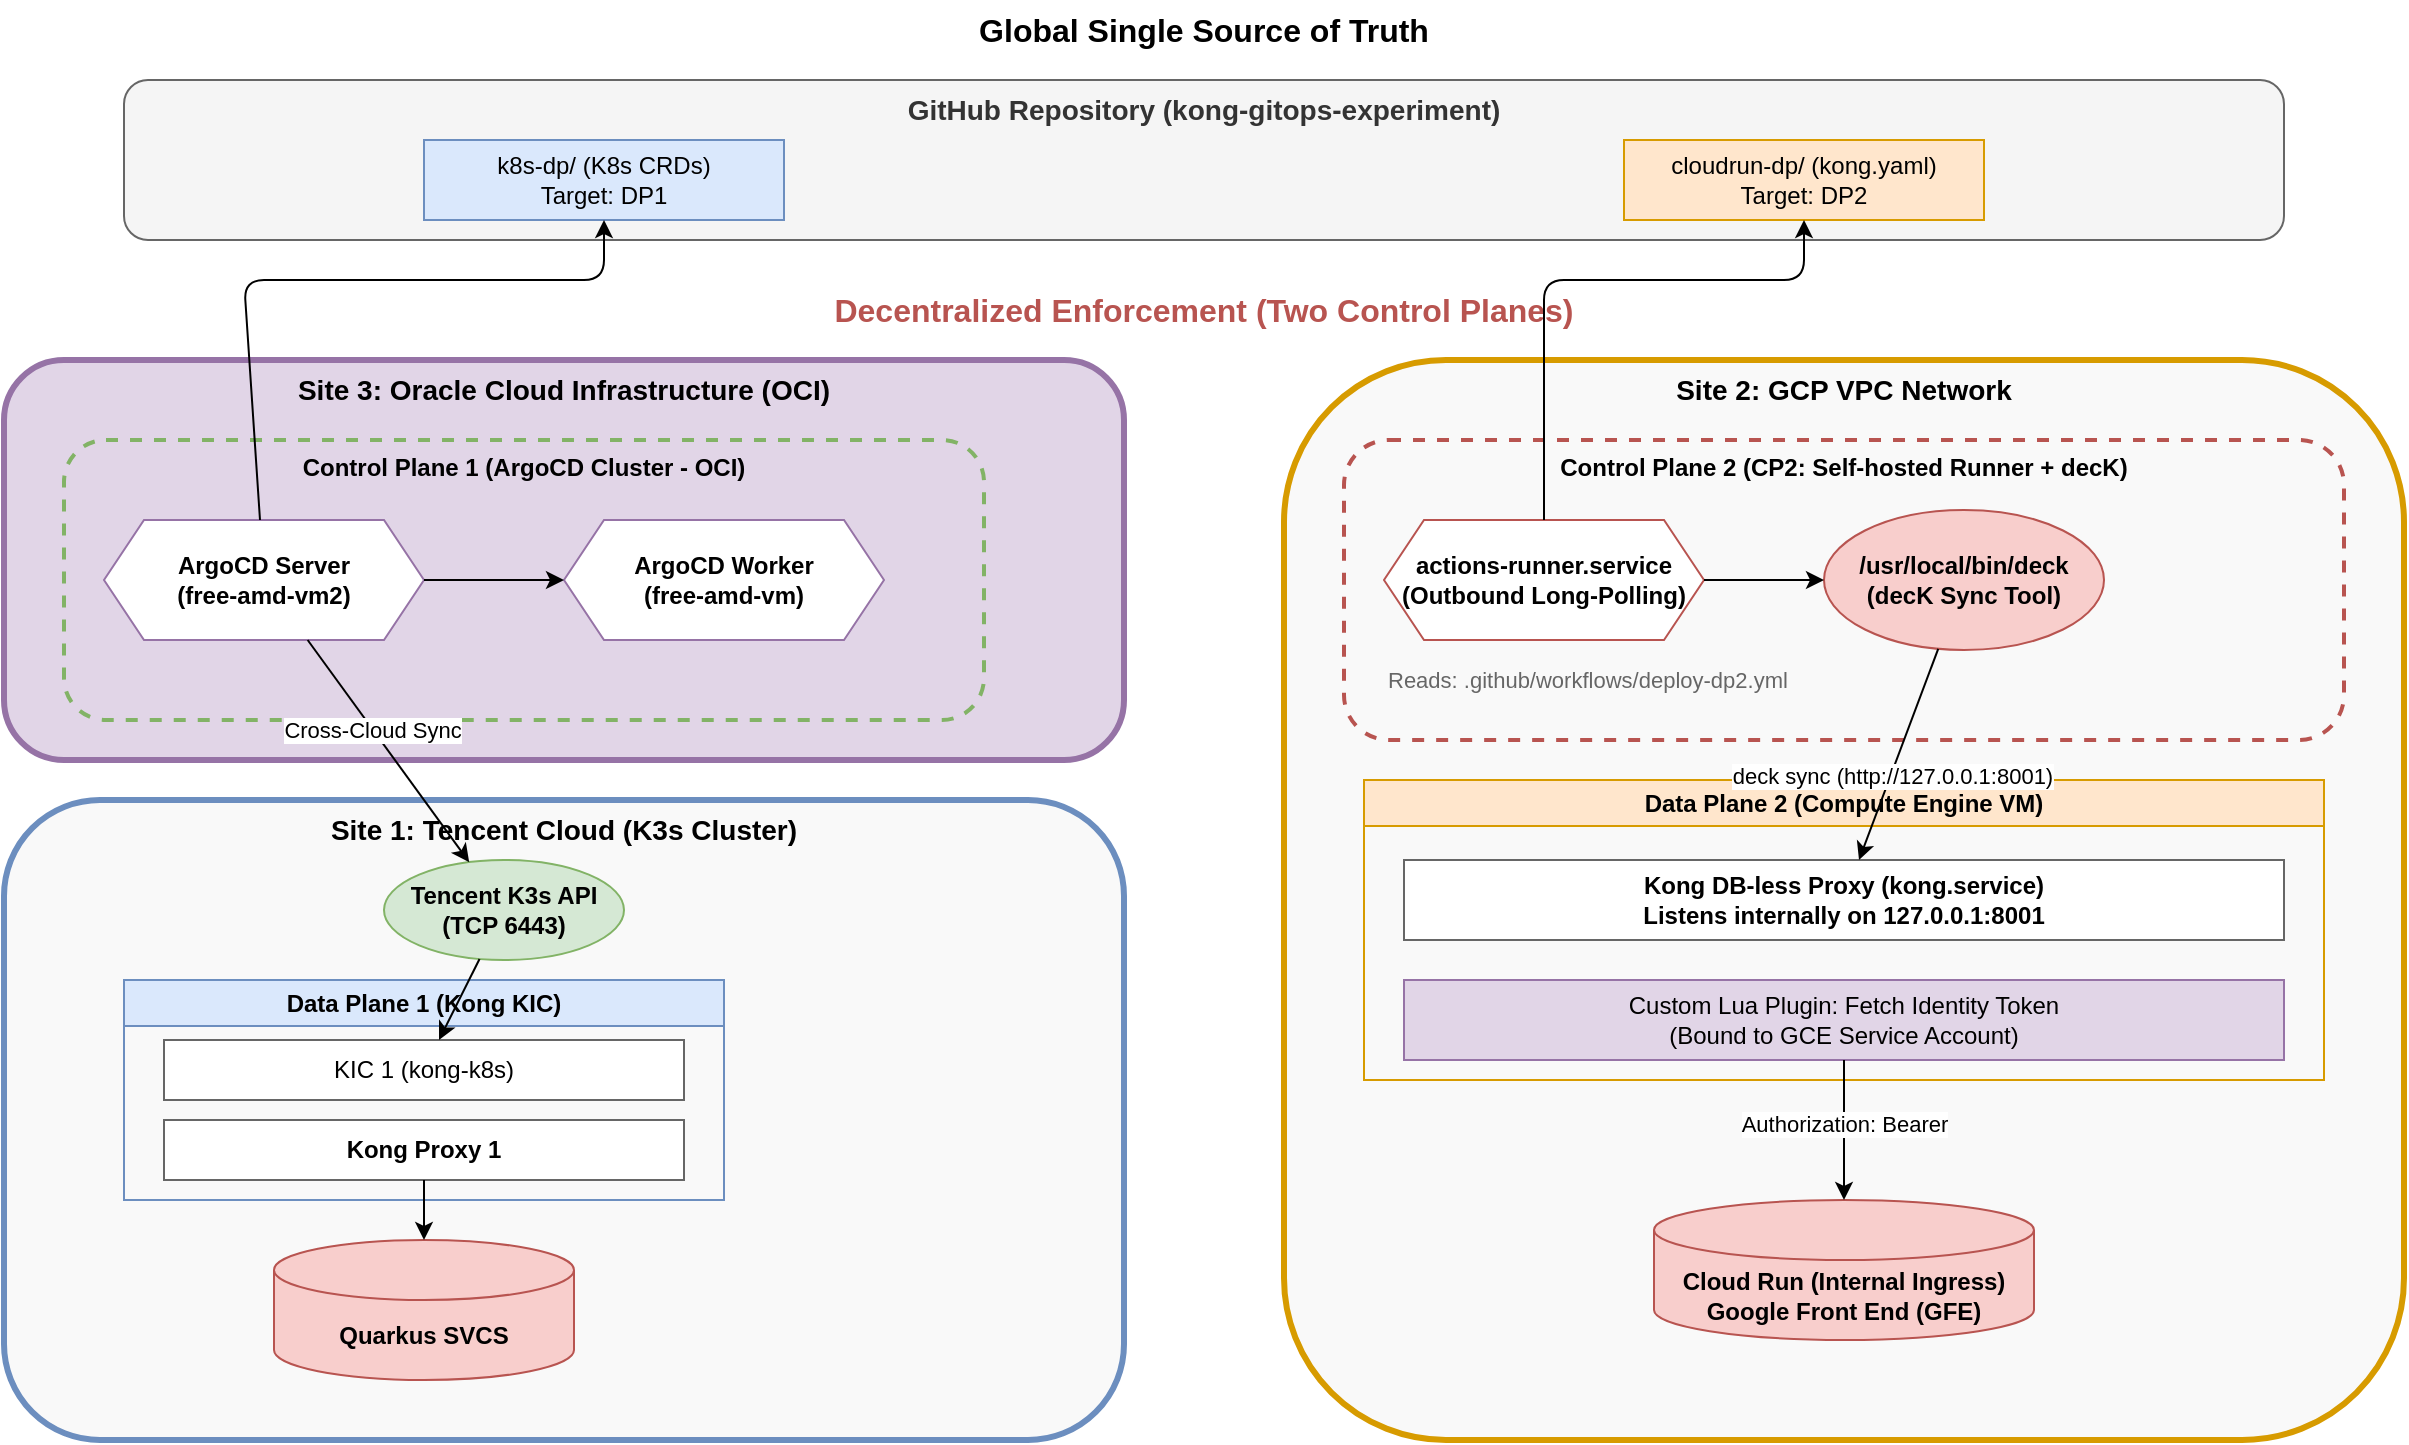
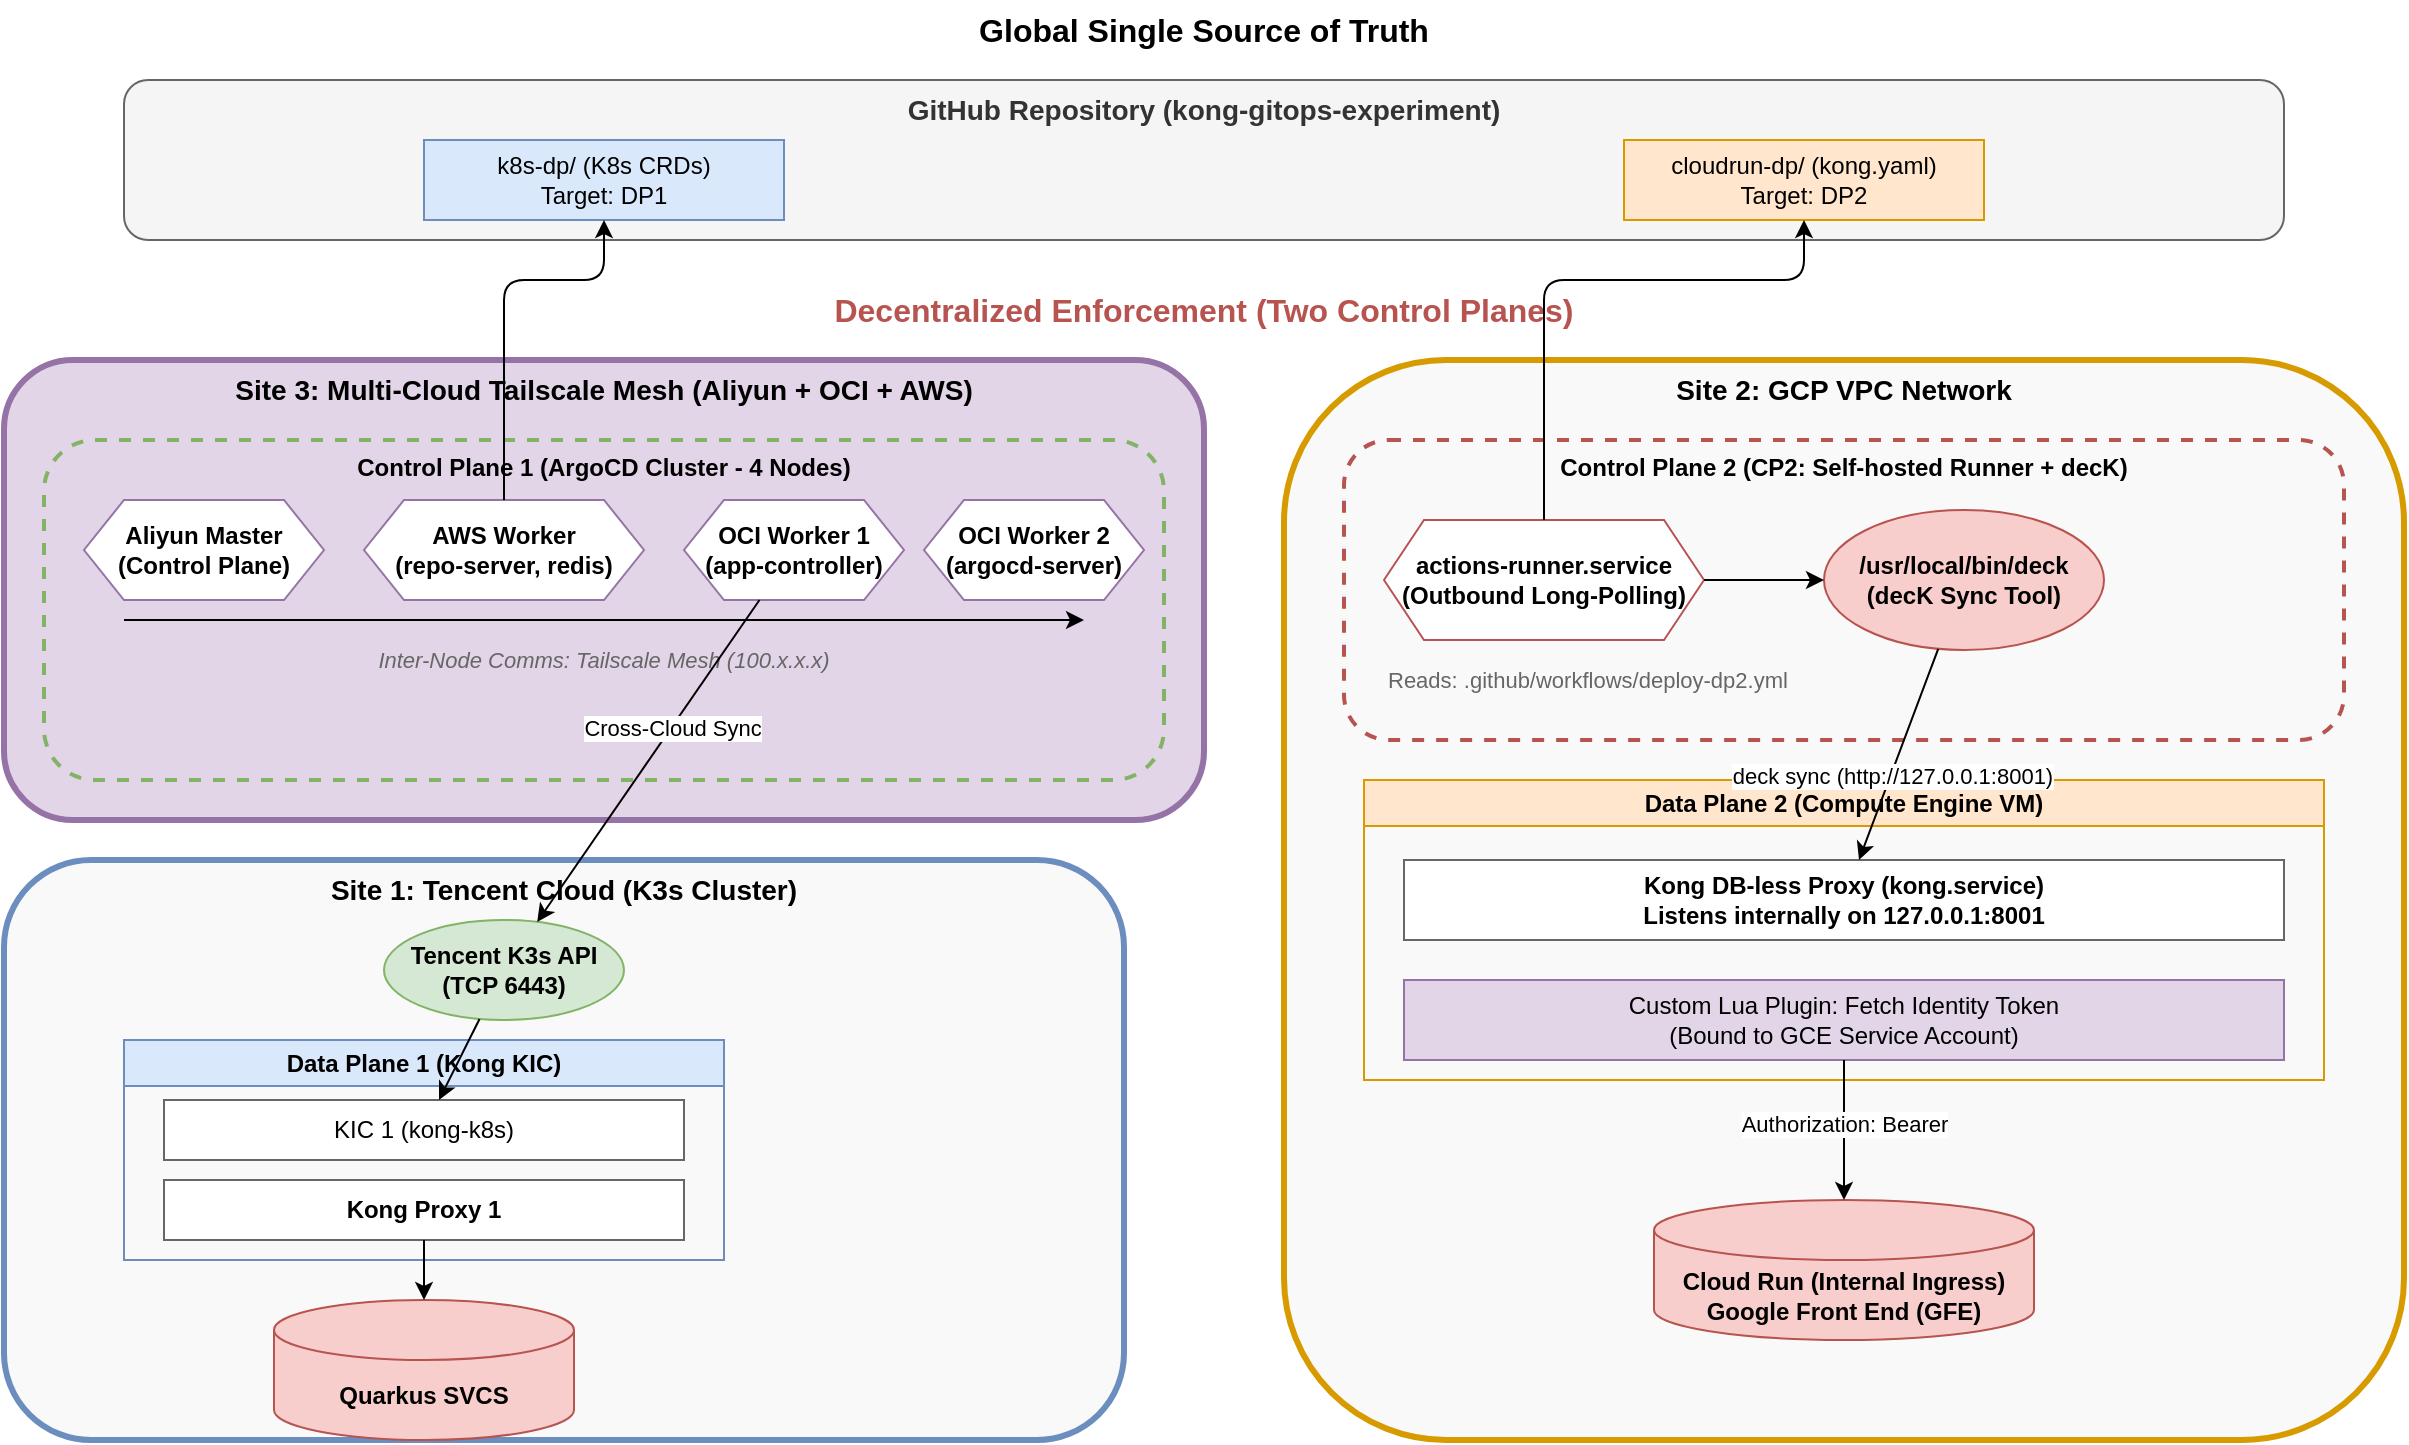
- <mxfile host="Electron" modified="2026-06-05T20:42:00.000Z" agent="Mozilla/5.0" version="22.1.2" type="device">
+ <mxfile host="Electron" modified="2026-06-06T14:45:00.000Z" agent="Mozilla/5.0" version="22.1.2" type="device">
  <diagram id="kong-gitops-cp-details" name="Architecture">
    <mxGraphModel dx="1434" dy="844" grid="1" gridSize="10" guides="1" tooltips="1" connect="1" arrows="1" fold="1" page="1" pageScale="1" pageWidth="1300" pageHeight="900" math="0" shadow="0">
      <root>
        <mxCell id="0" />
        <mxCell id="1" parent="0" />

        <!-- Global Truth -->
        <mxCell id="global_truth" value="Global Single Source of Truth" style="text;html=1;strokeColor=none;fillColor=none;align=center;verticalAlign=middle;whiteSpace=wrap;rounded=0;fontStyle=1;fontSize=16;" vertex="1" parent="1">
          <mxGeometry x="500" y="10" width="280" height="30" as="geometry" />
        </mxCell>

        <!-- GitHub Repo Box -->
        <mxCell id="github_repo" value="GitHub Repository (kong-gitops-experiment)" style="rounded=1;whiteSpace=wrap;html=1;fillColor=#f5f5f5;fontStyle=1;strokeColor=#666666;fontColor=#333333;verticalAlign=top;fontSize=14;" vertex="1" parent="1">
          <mxGeometry x="100" y="50" width="1080" height="80" as="geometry" />
        </mxCell>

        <mxCell id="github_k8s_code" value="k8s-dp/ (K8s CRDs)&#10;Target: DP1" style="rounded=0;whiteSpace=wrap;html=1;fillColor=#dae8fc;strokeColor=#6c8ebf;" vertex="1" parent="1">
          <mxGeometry x="250" y="80" width="180" height="40" as="geometry" />
        </mxCell>

        <mxCell id="github_cr_code" value="cloudrun-dp/ (kong.yaml)&#10;Target: DP2" style="rounded=0;whiteSpace=wrap;html=1;fillColor=#ffe6cc;strokeColor=#d79b00;" vertex="1" parent="1">
          <mxGeometry x="850" y="80" width="180" height="40" as="geometry" />
        </mxCell>

        <!-- Decentralized Control Planes Header -->
        <mxCell id="decentralized_label" value="Decentralized Enforcement (Two Control Planes)" style="text;html=1;strokeColor=none;fillColor=none;align=center;verticalAlign=middle;whiteSpace=wrap;rounded=0;fontStyle=1;fontSize=16;fontColor=#b85450;" vertex="1" parent="1">
          <mxGeometry x="450" y="150" width="380" height="30" as="geometry" />
        </mxCell>

-         <!-- Site 3: OCI -->
-         <mxCell id="oci_cloud" value="Site 3: Oracle Cloud Infrastructure (OCI)" style="rounded=1;whiteSpace=wrap;html=1;fillColor=#e1d5e7;strokeColor=#9673a6;strokeWidth=3;verticalAlign=top;fontStyle=1;fontSize=14;" vertex="1" parent="1">
-           <mxGeometry x="40" y="190" width="560" height="200" as="geometry" />
+         <!-- Site 3: OCI & Aliyun & AWS -->
+         <mxCell id="oci_cloud" value="Site 3: Multi-Cloud Tailscale Mesh (Aliyun + OCI + AWS)" style="rounded=1;whiteSpace=wrap;html=1;fillColor=#e1d5e7;strokeColor=#9673a6;strokeWidth=3;verticalAlign=top;fontStyle=1;fontSize=14;" vertex="1" parent="1">
+           <mxGeometry x="40" y="190" width="600" height="230" as="geometry" />
        </mxCell>

        <!-- Site 1: Tencent Cloud -->
        <mxCell id="lan_cluster" value="Site 1: Tencent Cloud (K3s Cluster)" style="rounded=1;whiteSpace=wrap;html=1;fillColor=#f9f9f9;strokeColor=#6c8ebf;strokeWidth=3;verticalAlign=top;fontStyle=1;fontSize=14;" vertex="1" parent="1">
-           <mxGeometry x="40" y="410" width="560" height="320" as="geometry" />
+           <mxGeometry x="40" y="440" width="560" height="290" as="geometry" />
        </mxCell>

        <!-- Site 2: GCP -->
        <mxCell id="gcp_vpc" value="Site 2: GCP VPC Network" style="rounded=1;whiteSpace=wrap;html=1;fillColor=#f9f9f9;strokeColor=#d79b00;strokeWidth=3;verticalAlign=top;fontStyle=1;fontSize=14;" vertex="1" parent="1">
          <mxGeometry x="680" y="190" width="560" height="540" as="geometry" />
        </mxCell>

-         <!-- CP1 Box (OCI) -->
-         <mxCell id="cp1_box" value="Control Plane 1 (ArgoCD Cluster - OCI)" style="rounded=1;whiteSpace=wrap;html=1;fillColor=none;strokeColor=#82b366;strokeWidth=2;dashed=1;verticalAlign=top;fontStyle=1;" vertex="1" parent="1">
-           <mxGeometry x="70" y="230" width="460" height="140" as="geometry" />
-         </mxCell>
-         <mxCell id="lan_argocd" value="ArgoCD Server&#10;(free-amd-vm2)" style="shape=hexagon;perimeter=hexagonPerimeter2;whiteSpace=wrap;html=1;fixedSize=1;fillColor=#ffffff;strokeColor=#9673a6;fontStyle=1" vertex="1" parent="cp1_box">
-           <mxGeometry x="20" y="40" width="160" height="60" as="geometry" />
-         </mxCell>
-         <mxCell id="oci_argocd_worker" value="ArgoCD Worker&#10;(free-amd-vm)" style="shape=hexagon;perimeter=hexagonPerimeter2;whiteSpace=wrap;html=1;fixedSize=1;fillColor=#ffffff;strokeColor=#9673a6;fontStyle=1" vertex="1" parent="cp1_box">
-           <mxGeometry x="250" y="40" width="160" height="60" as="geometry" />
+         <!-- CP1 Box (Cross-Cloud) -->
+         <mxCell id="cp1_box" value="Control Plane 1 (ArgoCD Cluster - 4 Nodes)" style="rounded=1;whiteSpace=wrap;html=1;fillColor=none;strokeColor=#82b366;strokeWidth=2;dashed=1;verticalAlign=top;fontStyle=1;" vertex="1" parent="1">
+           <mxGeometry x="60" y="230" width="560" height="170" as="geometry" />
        </mxCell>

-         <mxCell id="a2a1" edge="1" parent="cp1_box" source="lan_argocd" target="oci_argocd_worker">
-           <mxGeometry relative="1" as="geometry" />
+         <mxCell id="cp1_aliyun" value="Aliyun Master&#10;(Control Plane)" style="shape=hexagon;perimeter=hexagonPerimeter2;whiteSpace=wrap;html=1;fixedSize=1;fillColor=#ffffff;strokeColor=#9673a6;fontStyle=1" vertex="1" parent="cp1_box">
+           <mxGeometry x="20" y="30" width="120" height="50" as="geometry" />
+         </mxCell>
+ 
+         <mxCell id="cp1_aws" value="AWS Worker&#10;(repo-server, redis)" style="shape=hexagon;perimeter=hexagonPerimeter2;whiteSpace=wrap;html=1;fixedSize=1;fillColor=#ffffff;strokeColor=#9673a6;fontStyle=1" vertex="1" parent="cp1_box">
+           <mxGeometry x="160" y="30" width="140" height="50" as="geometry" />
+         </mxCell>
+ 
+         <mxCell id="cp1_oci1" value="OCI Worker 1&#10;(app-controller)" style="shape=hexagon;perimeter=hexagonPerimeter2;whiteSpace=wrap;html=1;fixedSize=1;fillColor=#ffffff;strokeColor=#9673a6;fontStyle=1" vertex="1" parent="cp1_box">
+           <mxGeometry x="320" y="30" width="110" height="50" as="geometry" />
+         </mxCell>
+ 
+         <mxCell id="cp1_oci2" value="OCI Worker 2&#10;(argocd-server)" style="shape=hexagon;perimeter=hexagonPerimeter2;whiteSpace=wrap;html=1;fixedSize=1;fillColor=#ffffff;strokeColor=#9673a6;fontStyle=1" vertex="1" parent="cp1_box">
+           <mxGeometry x="440" y="30" width="110" height="50" as="geometry" />
+         </mxCell>
+ 
+         <!-- Tailscale Mesh Network inside CP1 -->
+         <mxCell id="cp1_tailscale_desc" value="Inter-Node Comms: Tailscale Mesh (100.x.x.x)" style="text;html=1;strokeColor=none;fillColor=none;align=center;verticalAlign=middle;whiteSpace=wrap;rounded=0;fontStyle=2;fontSize=11;fontColor=#666666;" vertex="1" parent="cp1_box">
+           <mxGeometry x="130" y="100" width="300" height="20" as="geometry" />
+         </mxCell>
+         <mxCell id="cp1_tailscale_line" edge="1" parent="cp1_box">
+           <mxGeometry width="50" height="50" relative="1" as="geometry">
+             <mxPoint x="40" y="90" as="sourcePoint" />
+             <mxPoint x="520" y="90" as="targetPoint" />
+           </mxGeometry>
        </mxCell>

        <!-- K8s API in Tencent -->
        <mxCell id="tencent_api" value="Tencent K3s API&#10;(TCP 6443)" style="ellipse;whiteSpace=wrap;html=1;fillColor=#d5e8d4;strokeColor=#82b366;fontStyle=1" vertex="1" parent="1">
-           <mxGeometry x="230" y="440" width="120" height="50" as="geometry" />
+           <mxGeometry x="230" y="470" width="120" height="50" as="geometry" />
        </mxCell>

-         <!-- ArgoCD Server -> Tencent API -->
-         <mxCell id="argo_to_tencent" edge="1" parent="1" source="lan_argocd" target="tencent_api">
+         <!-- ArgoCD Application Controller -> Tencent API -->
+         <mxCell id="argo_to_tencent" edge="1" parent="1" source="cp1_oci1" target="tencent_api">
          <mxGeometry relative="1" as="geometry" />
        </mxCell>
        <mxCell id="label_argo_sync" value="Cross-Cloud Sync" style="edgeLabel;html=1;align=center;verticalAlign=middle;resizable=0;points=[];" vertex="1" connectable="0" parent="argo_to_tencent">
          <mxGeometry x="-0.2" relative="1" as="geometry">
            <mxPoint as="offset" />
          </mxGeometry>
        </mxCell>

        <!-- DP1 (Tencent KIC) -->
        <mxCell id="dp1_box" value="Data Plane 1 (Kong KIC)" style="swimlane;whiteSpace=wrap;html=1;fillColor=#dae8fc;strokeColor=#6c8ebf;fontStyle=1" vertex="1" parent="1">
-           <mxGeometry x="100" y="500" width="300" height="110" as="geometry" />
+           <mxGeometry x="100" y="530" width="300" height="110" as="geometry" />
        </mxCell>
        <mxCell id="kic1" value="KIC 1 (kong-k8s)" style="rounded=0;whiteSpace=wrap;html=1;fillColor=#ffffff;strokeColor=#666666;" vertex="1" parent="dp1_box">
          <mxGeometry x="20" y="30" width="260" height="30" as="geometry" />
        </mxCell>
        <mxCell id="proxy1" value="Kong Proxy 1" style="rounded=0;whiteSpace=wrap;html=1;fillColor=#ffffff;strokeColor=#666666;fontStyle=1" vertex="1" parent="dp1_box">
          <mxGeometry x="20" y="70" width="260" height="30" as="geometry" />
        </mxCell>

        <mxCell id="tencent_api_to_kic" edge="1" parent="1" source="tencent_api" target="kic1">
          <mxGeometry relative="1" as="geometry" />
        </mxCell>

        <!-- CP2 Box -->
        <mxCell id="cp2_box" value="Control Plane 2 (CP2: Self-hosted Runner + decK)" style="rounded=1;whiteSpace=wrap;html=1;fillColor=none;strokeColor=#b85450;strokeWidth=2;dashed=1;verticalAlign=top;fontStyle=1;" vertex="1" parent="1">
          <mxGeometry x="710" y="230" width="500" height="150" as="geometry" />
        </mxCell>
        <mxCell id="gh_actions_runner" value="actions-runner.service&#10;(Outbound Long-Polling)" style="shape=hexagon;perimeter=hexagonPerimeter2;whiteSpace=wrap;html=1;fixedSize=1;fillColor=#ffffff;strokeColor=#b85450;fontStyle=1" vertex="1" parent="cp2_box">
          <mxGeometry x="20" y="40" width="160" height="60" as="geometry" />
        </mxCell>
        <mxCell id="deck_tool" value="/usr/local/bin/deck&#10;(decK Sync Tool)" style="ellipse;whiteSpace=wrap;html=1;fillColor=#f8cecc;strokeColor=#b85450;fontStyle=1" vertex="1" parent="cp2_box">
          <mxGeometry x="240" y="35" width="140" height="70" as="geometry" />
        </mxCell>
        <mxCell id="run2deck" edge="1" parent="cp2_box" source="gh_actions_runner" target="deck_tool">
          <mxGeometry relative="1" as="geometry" />
        </mxCell>
        <mxCell id="cp2_desc" value="Reads: .github/workflows/deploy-dp2.yml" style="text;html=1;strokeColor=none;fillColor=none;align=left;verticalAlign=middle;whiteSpace=wrap;rounded=0;fontSize=11;fontColor=#666666;" vertex="1" parent="cp2_box">
          <mxGeometry x="20" y="110" width="250" height="20" as="geometry" />
        </mxCell>

        <!-- DP2 (GCP VM) -->
        <mxCell id="dp2_box" value="Data Plane 2 (Compute Engine VM)" style="swimlane;whiteSpace=wrap;html=1;fillColor=#ffe6cc;strokeColor=#d79b00;fontStyle=1" vertex="1" parent="1">
          <mxGeometry x="720" y="400" width="480" height="150" as="geometry" />
        </mxCell>
        <mxCell id="vm_kong" value="Kong DB-less Proxy (kong.service)&#10;Listens internally on 127.0.0.1:8001" style="rounded=0;whiteSpace=wrap;html=1;fillColor=#ffffff;strokeColor=#666666;fontStyle=1" vertex="1" parent="dp2_box">
          <mxGeometry x="20" y="40" width="440" height="40" as="geometry" />
        </mxCell>
        <mxCell id="custom_plugin" value="Custom Lua Plugin: Fetch Identity Token&#10;(Bound to GCE Service Account)" style="rounded=0;whiteSpace=wrap;html=1;fillColor=#e1d5e7;strokeColor=#9673a6;fontStyle=0" vertex="1" parent="dp2_box">
          <mxGeometry x="20" y="100" width="440" height="40" as="geometry" />
        </mxCell>

        <!-- Upstreams -->
        <mxCell id="k8s_svc" value="Quarkus SVCS" style="shape=cylinder3;whiteSpace=wrap;html=1;boundedLbl=1;backgroundOutline=1;size=15;fillColor=#f8cecc;strokeColor=#b85450;fontStyle=1" vertex="1" parent="1">
-           <mxGeometry x="175" y="630" width="150" height="70" as="geometry" />
+           <mxGeometry x="175" y="660" width="150" height="70" as="geometry" />
        </mxCell>
        <mxCell id="cr_svc" value="Cloud Run (Internal Ingress)&#10;Google Front End (GFE)" style="shape=cylinder3;whiteSpace=wrap;html=1;boundedLbl=1;backgroundOutline=1;size=15;fillColor=#f8cecc;strokeColor=#b85450;fontStyle=1" vertex="1" parent="1">
          <mxGeometry x="865" y="610" width="190" height="70" as="geometry" />
        </mxCell>

        <!-- Connections -->
        <!-- Pulls -->
-         <mxCell id="pull1" edge="1" parent="1" source="lan_argocd" target="github_k8s_code">
+         <mxCell id="pull1" edge="1" parent="1" source="cp1_aws" target="github_k8s_code">
          <mxGeometry relative="1" as="geometry">
            <Array as="points">
-               <mxPoint x="160" y="150" />
+               <mxPoint x="290" y="150" />
              <mxPoint x="340" y="150" />
            </Array>
          </mxGeometry>
        </mxCell>
        <mxCell id="pull2" edge="1" parent="1" source="gh_actions_runner" target="github_cr_code">
          <mxGeometry relative="1" as="geometry">
            <Array as="points">
              <mxPoint x="810" y="150" />
              <mxPoint x="940" y="150" />
            </Array>
          </mxGeometry>
        </mxCell>

        <!-- decK to VM Admin API -->
        <mxCell id="deck_to_vm" edge="1" parent="1" source="deck_tool" target="vm_kong">
          <mxGeometry relative="1" as="geometry" />
        </mxCell>
        <mxCell id="label_deck" value="deck sync (http://127.0.0.1:8001)" style="edgeLabel;html=1;align=center;verticalAlign=middle;resizable=0;points=[];" vertex="1" connectable="0" parent="deck_to_vm">
          <mxGeometry x="0.2" relative="1" as="geometry">
            <mxPoint as="offset" />
          </mxGeometry>
        </mxCell>

        <!-- Routing -->
        <mxCell id="rt1" edge="1" parent="1" source="proxy1" target="k8s_svc">
          <mxGeometry relative="1" as="geometry" />
        </mxCell>
        <mxCell id="rt2" edge="1" parent="1" source="custom_plugin" target="cr_svc">
          <mxGeometry relative="1" as="geometry" />
        </mxCell>
        <mxCell id="label_auth" value="Authorization: Bearer &lt;ID_TOKEN&gt;" style="edgeLabel;html=1;align=center;verticalAlign=middle;resizable=0;points=[];" vertex="1" connectable="0" parent="rt2">
          <mxGeometry x="-0.1" relative="1" as="geometry">
            <mxPoint as="offset" />
          </mxGeometry>
        </mxCell>

      </root>
    </mxGraphModel>
  </diagram>
</mxfile>
